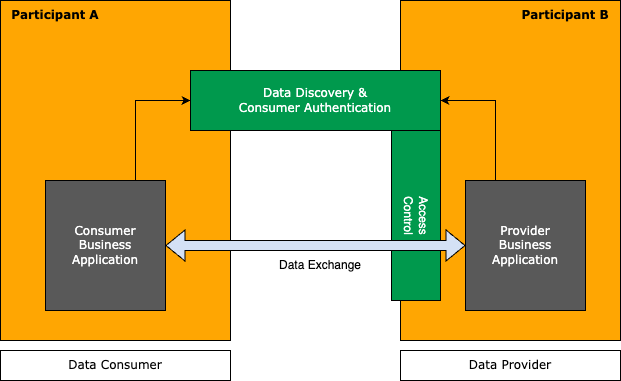
The draw.io diagram docs-kits/kits/connector-kit/adoption-view/assets/kit_scope.drawio.png in eclipse-tractusx/eclipse-tractusx.github.io, before a commit. Source tidied: cells renumbered, new cells last; positions are measured from the earlier drawing's top-left corner, leaving out a move shared by most shapes. Its diagram source:
```xml
<mxGraphModel>
  <root>
    <mxCell id="0" />
    <mxCell id="1" parent="0" />
    <mxCell id="2" style="rounded=0;whiteSpace=wrap;html=1;fillColor=light-dark(#FFA602,#121212);align=left;" parent="1" vertex="1">
      <mxGeometry width="230" height="340" as="geometry" />
    </mxCell>
    <mxCell id="3" style="rounded=0;whiteSpace=wrap;html=1;fillColor=light-dark(#FFA602,#121212);" parent="1" vertex="1">
      <mxGeometry x="400" width="220" height="340" as="geometry" />
    </mxCell>
    <mxCell id="4" value="&lt;font face=&quot;Verdana&quot;&gt;Data Consumer&lt;/font&gt;" style="rounded=0;whiteSpace=wrap;html=1;" parent="1" vertex="1">
      <mxGeometry y="350" width="230" height="30" as="geometry" />
    </mxCell>
    <mxCell id="5" value="&lt;font face=&quot;Verdana&quot;&gt;Data Provider&lt;/font&gt;" style="rounded=0;whiteSpace=wrap;html=1;" parent="1" vertex="1">
      <mxGeometry x="400" y="350" width="220" height="30" as="geometry" />
    </mxCell>
    <mxCell id="6" value="&lt;b&gt;&lt;font face=&quot;Verdana&quot;&gt;Participant A&lt;/font&gt;&lt;/b&gt;" style="text;html=1;align=center;verticalAlign=middle;whiteSpace=wrap;rounded=0;" parent="1" vertex="1">
      <mxGeometry x="10" width="90" height="30" as="geometry" />
    </mxCell>
    <mxCell id="7" value="&lt;b&gt;&lt;font face=&quot;Verdana&quot;&gt;Participant B&lt;/font&gt;&lt;/b&gt;" style="text;html=1;align=center;verticalAlign=middle;whiteSpace=wrap;rounded=0;" parent="1" vertex="1">
      <mxGeometry x="520" width="90" height="30" as="geometry" />
    </mxCell>
    <mxCell id="8" style="edgeStyle=orthogonalEdgeStyle;rounded=0;jettySize=auto;html=1;exitX=0.75;exitY=0;exitDx=0;exitDy=0;entryX=0;entryY=0.5;entryDx=0;entryDy=0;" parent="1" edge="1" source="9" target="13">
      <mxGeometry relative="1" as="geometry" />
    </mxCell>
    <mxCell id="9" value="&lt;font face=&quot;Verdana&quot; color=&quot;#ffffff&quot;&gt;Consumer&lt;/font&gt;&lt;div&gt;&lt;font face=&quot;Verdana&quot; color=&quot;#ffffff&quot;&gt;Business&lt;br&gt;&lt;/font&gt;&lt;div&gt;&lt;font face=&quot;Verdana&quot; color=&quot;#ffffff&quot;&gt;Application&lt;/font&gt;&lt;/div&gt;&lt;/div&gt;" style="rounded=0;whiteSpace=wrap;html=1;fillColor=light-dark(#595959, #ededed);" parent="1" vertex="1">
      <mxGeometry x="45" y="180" width="120" height="130" as="geometry" />
    </mxCell>
    <mxCell id="10" style="edgeStyle=orthogonalEdgeStyle;rounded=0;jettySize=auto;html=1;exitX=0.25;exitY=0;exitDx=0;exitDy=0;entryX=1;entryY=0.5;entryDx=0;entryDy=0;" parent="1" edge="1" source="11" target="13">
      <mxGeometry relative="1" as="geometry" />
    </mxCell>
    <mxCell id="11" value="&lt;font face=&quot;Verdana&quot; style=&quot;color: rgb(255, 255, 255);&quot;&gt;Provider&lt;/font&gt;&lt;div&gt;&lt;font face=&quot;Verdana&quot; style=&quot;color: rgb(255, 255, 255);&quot;&gt;Business&lt;/font&gt;&lt;/div&gt;&lt;div&gt;&lt;font face=&quot;Verdana&quot; style=&quot;color: rgb(255, 255, 255);&quot;&gt;Application&lt;/font&gt;&lt;/div&gt;" style="rounded=0;whiteSpace=wrap;html=1;fillColor=light-dark(#595959, #ededed);" parent="1" vertex="1">
      <mxGeometry x="465" y="180" width="120" height="130" as="geometry" />
    </mxCell>
    <mxCell id="12" value="Data Exchange" style="text;html=1;align=center;verticalAlign=middle;whiteSpace=wrap;rounded=0;" parent="1" vertex="1">
      <mxGeometry x="270" y="250" width="100" height="30" as="geometry" />
    </mxCell>
    <mxCell id="13" value="&lt;div&gt;&lt;font face=&quot;Verdana&quot; style=&quot;color: rgb(255, 255, 255);&quot;&gt;Data Discovery &amp;amp;&lt;/font&gt;&lt;/div&gt;&lt;div&gt;&lt;font face=&quot;Verdana&quot; style=&quot;color: rgb(255, 255, 255);&quot;&gt;Consumer Authentication&lt;/font&gt;&lt;/div&gt;" style="rounded=0;whiteSpace=wrap;html=1;fillColor=light-dark(#00994D,#EDEDED);fillStyle=solid;" parent="1" vertex="1">
      <mxGeometry x="190" y="70" width="250" height="60" as="geometry" />
    </mxCell>
    <mxCell id="14" style="rounded=0;whiteSpace=wrap;html=1;fillColor=light-dark(#00994D,#EDEDED);fillStyle=solid;" parent="1" vertex="1">
      <mxGeometry x="391" y="130" width="49" height="170" as="geometry" />
    </mxCell>
    <mxCell id="15" style="shape=flexArrow;endArrow=classic;startArrow=classic;html=1;rounded=0;entryX=0;entryY=0.5;entryDx=0;entryDy=0;exitX=1;exitY=0.5;exitDx=0;exitDy=0;fillColor=#D4E1F5;" parent="1" edge="1" source="9" target="11">
      <mxGeometry relative="1" as="geometry" />
    </mxCell>
    <mxCell id="16" value="&lt;font style=&quot;color: light-dark(rgb(255, 255, 255), rgb(237, 237, 237));&quot;&gt;Access&lt;/font&gt;&lt;div&gt;&lt;font style=&quot;color: light-dark(rgb(255, 255, 255), rgb(237, 237, 237));&quot;&gt;Control&lt;/font&gt;&lt;/div&gt;" style="text;html=1;align=center;verticalAlign=middle;whiteSpace=wrap;rounded=0;rotation=90;" parent="1" vertex="1">
      <mxGeometry x="365.5" y="200" width="100" height="30" as="geometry" />
    </mxCell>
  </root>
</mxGraphModel>
```
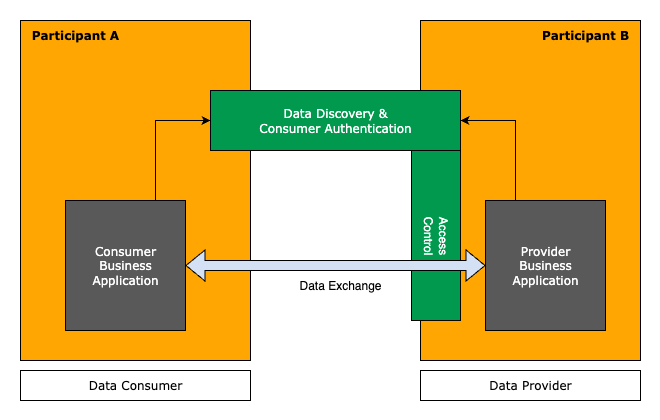
After the commit.

Diff of the diagram source:
```diff
@@ -2,6 +2,9 @@
   <root>
     <mxCell id="0" />
     <mxCell id="1" parent="0" />
+    <mxCell id="17" style="rounded=0;whiteSpace=wrap;html=1;strokeColor=none;" parent="1" vertex="1">
+      <mxGeometry x="-20" y="-20" width="660" height="420" as="geometry" />
+    </mxCell>
     <mxCell id="2" style="rounded=0;whiteSpace=wrap;html=1;fillColor=light-dark(#FFA602,#121212);align=left;" parent="1" vertex="1">
       <mxGeometry width="230" height="340" as="geometry" />
     </mxCell>
```
